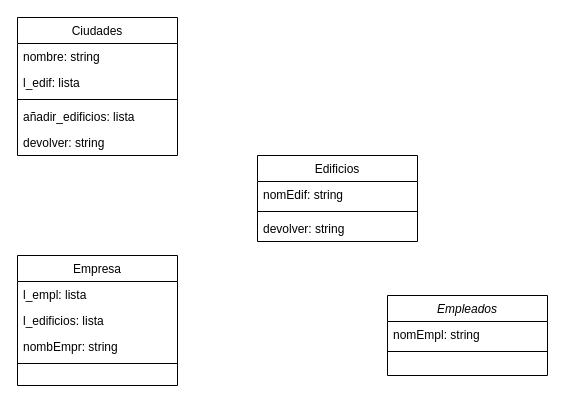
andmansim/Ejercicios-Agregaci-n-y-Composici-n-de-POO keeps this draw.io diagram as dia-siguiente.py/el-dia-siguiente.drawio. Above is the earlier version. Source tidied: cells renumbered, new cells numbered last; positions are measured from the earlier drawing's top-left corner, leaving out a move shared by most shapes. Both pictures are drawn from the tidied source at 100%, with x=0, y=0 at pixel (17, 17).
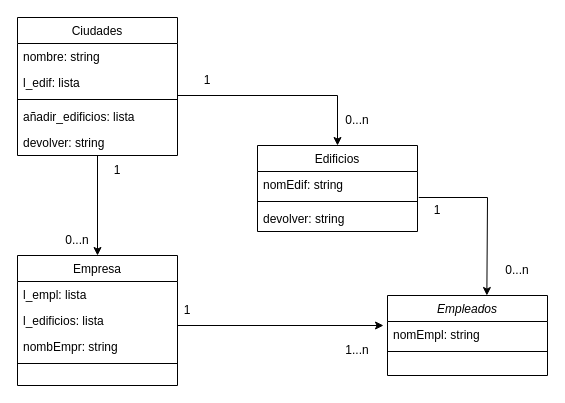
The same diagram, later.

The change refers to these unchanged cells:
```xml
<mxCell id="2" value="Empleados" style="swimlane;fontStyle=2;align=center;verticalAlign=top;horizontal=1;startSize=26;rounded=0;shadow=0;strokeWidth=1;" parent="1" vertex="1">
  <mxGeometry x="370" y="278" width="160" height="80" as="geometry" />
</mxCell>
<mxCell id="3" value="nomEmpl: string" style="text;align=left;verticalAlign=top;spacingLeft=4;spacingRight=4;overflow=hidden;points=[[0,0.5],[1,0.5]];portConstraint=eastwest;" parent="2" vertex="1">
  <mxGeometry y="26" width="160" height="26" as="geometry" />
</mxCell>
<mxCell id="5" value="Empresa" style="swimlane;fontStyle=0;align=center;verticalAlign=top;horizontal=1;startSize=26;rounded=0;shadow=0;strokeWidth=1;" parent="1" vertex="1">
  <mxGeometry y="238" width="160" height="130" as="geometry" />
</mxCell>
<mxCell id="11" value="nomEdif: string" style="text;align=left;verticalAlign=top;spacingLeft=4;spacingRight=4;overflow=hidden;points=[[0,0.5],[1,0.5]];portConstraint=eastwest;" parent="10" vertex="1">
  <mxGeometry y="26" width="160" height="26" as="geometry" />
</mxCell>
<mxCell id="14" value="Ciudades" style="swimlane;fontStyle=0;align=center;verticalAlign=top;horizontal=1;startSize=26;rounded=0;shadow=0;strokeWidth=1;" parent="1" vertex="1">
  <mxGeometry width="160" height="138" as="geometry" />
</mxCell>
```

Change to the diagram source:
```diff
@@
     <mxCell id="10" value="Edificios" style="swimlane;fontStyle=0;align=center;verticalAlign=top;horizontal=1;startSize=26;rounded=0;shadow=0;strokeWidth=1;" parent="1" vertex="1">
-      <mxGeometry x="240" y="138" width="160" height="86" as="geometry" />
+      <mxGeometry x="240" y="128" width="160" height="86" as="geometry" />
     </mxCell>
@@
+    <mxCell id="20" style="endArrow=classic;html=1;rounded=0;entryX=0.5;entryY=0;entryDx=0;entryDy=0;" parent="14" edge="1" target="5">
+      <mxGeometry relative="1" as="geometry">
+        <mxPoint x="80" y="138" as="sourcePoint" />
+      </mxGeometry>
+    </mxCell>
@@
+    <mxCell id="21" style="endArrow=classic;html=1;rounded=0;entryX=0.5;entryY=0;entryDx=0;entryDy=0;" parent="1" edge="1" target="10">
+      <mxGeometry relative="1" as="geometry">
+        <mxPoint x="160" y="78" as="sourcePoint" />
+        <Array as="points">
+          <mxPoint x="320" y="78" />
+        </Array>
+      </mxGeometry>
+    </mxCell>
+    <mxCell id="22" value="1" style="text;html=1;strokeColor=none;fillColor=none;align=center;verticalAlign=middle;whiteSpace=wrap;rounded=0;" parent="1" vertex="1">
+      <mxGeometry x="160" y="48" width="60" height="30" as="geometry" />
+    </mxCell>
+    <mxCell id="23" value="0...n" style="text;html=1;strokeColor=none;fillColor=none;align=center;verticalAlign=middle;whiteSpace=wrap;rounded=0;" parent="1" vertex="1">
+      <mxGeometry x="310" y="88" width="60" height="30" as="geometry" />
+    </mxCell>
+    <mxCell id="24" value="1" style="text;html=1;strokeColor=none;fillColor=none;align=center;verticalAlign=middle;whiteSpace=wrap;rounded=0;" parent="1" vertex="1">
+      <mxGeometry x="70" y="138" width="60" height="30" as="geometry" />
+    </mxCell>
+    <mxCell id="25" value="0...n" style="text;html=1;strokeColor=none;fillColor=none;align=center;verticalAlign=middle;whiteSpace=wrap;rounded=0;" parent="1" vertex="1">
+      <mxGeometry x="30" y="208" width="60" height="30" as="geometry" />
+    </mxCell>
+    <mxCell id="26" style="endArrow=classic;html=1;rounded=0;entryX=-0.025;entryY=0.154;entryDx=0;entryDy=0;entryPerimeter=0;" parent="1" edge="1" target="3">
+      <mxGeometry relative="1" as="geometry">
+        <mxPoint x="160" y="308" as="sourcePoint" />
+      </mxGeometry>
+    </mxCell>
+    <mxCell id="27" value="1" style="text;html=1;strokeColor=none;fillColor=none;align=center;verticalAlign=middle;whiteSpace=wrap;rounded=0;" parent="1" vertex="1">
+      <mxGeometry x="140" y="278" width="60" height="30" as="geometry" />
+    </mxCell>
+    <mxCell id="28" value="1...n" style="text;html=1;strokeColor=none;fillColor=none;align=center;verticalAlign=middle;whiteSpace=wrap;rounded=0;rotation=0;" parent="1" vertex="1">
+      <mxGeometry x="310" y="318" width="60" height="30" as="geometry" />
+    </mxCell>
+    <mxCell id="29" style="endArrow=classic;html=1;rounded=0;entryX=0.621;entryY=0;entryDx=0;entryDy=0;entryPerimeter=0;exitX=1.008;exitY=1;exitDx=0;exitDy=0;exitPerimeter=0;" parent="1" edge="1" source="11" target="2">
+      <mxGeometry relative="1" as="geometry">
+        <Array as="points">
+          <mxPoint x="470" y="180" />
+        </Array>
+      </mxGeometry>
+    </mxCell>
+    <mxCell id="30" value="1" style="text;html=1;strokeColor=none;fillColor=none;align=center;verticalAlign=middle;whiteSpace=wrap;rounded=0;" parent="1" vertex="1">
+      <mxGeometry x="390" y="178" width="60" height="30" as="geometry" />
+    </mxCell>
+    <mxCell id="31" value="0...n" style="text;html=1;strokeColor=none;fillColor=none;align=center;verticalAlign=middle;whiteSpace=wrap;rounded=0;" parent="1" vertex="1">
+      <mxGeometry x="470" y="238" width="60" height="30" as="geometry" />
+    </mxCell>
```
